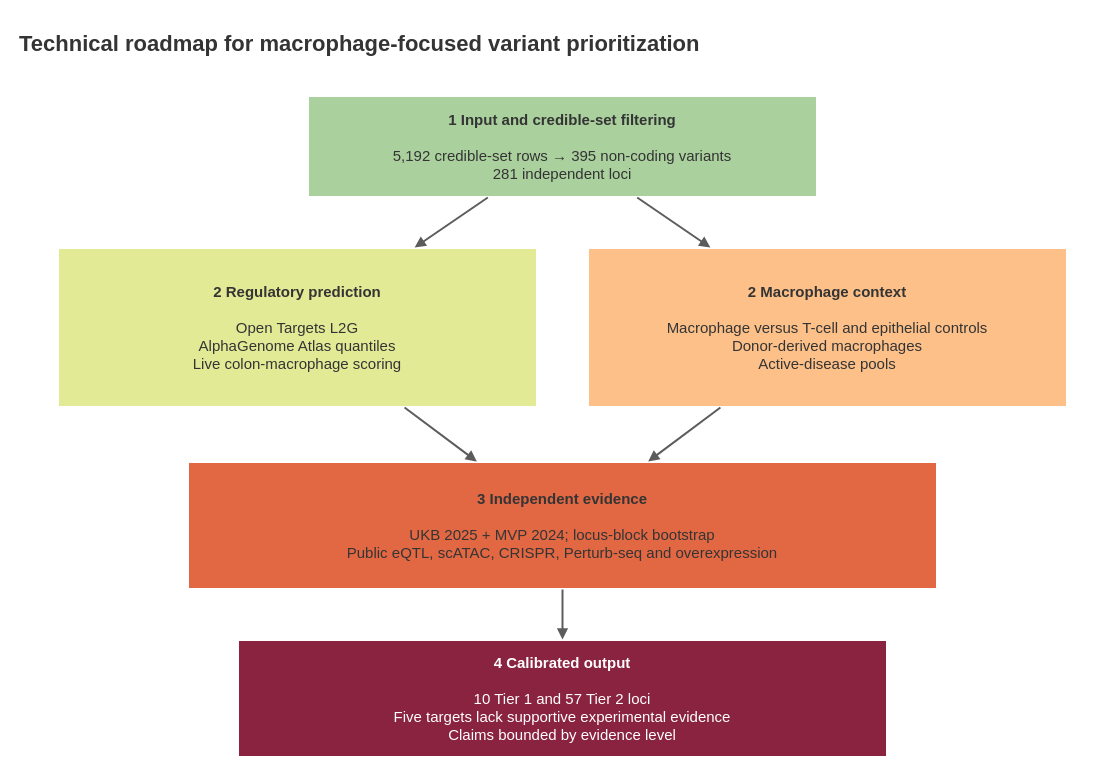
wzp24k/IBD-AlphaGenome2-Macrophage-Prioritization keeps this draw.io diagram as Figure_1.drawio. Above is the earlier version. Source tidied: cells renumbered, new cells numbered last; positions are measured from the earlier drawing's top-left corner, leaving out a move shared by most shapes. Both pictures are drawn from the tidied source at 100%, with x=0, y=0 at pixel (17, 21).
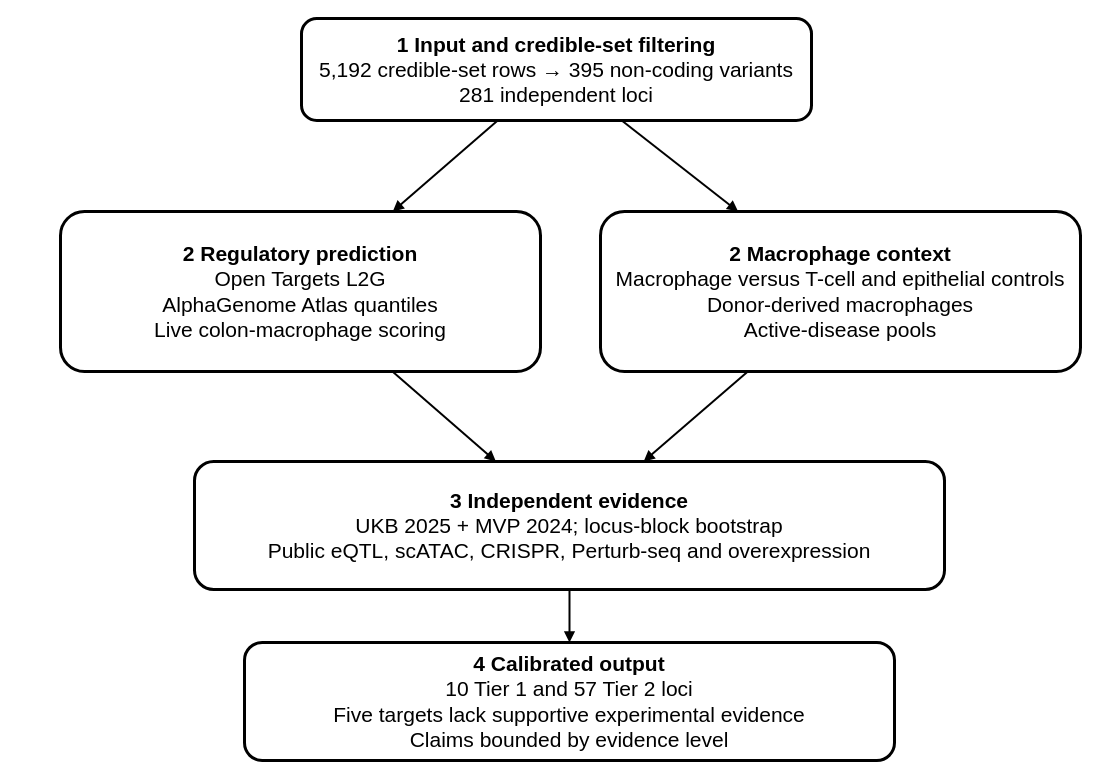
The same diagram, later.

The edit, as a diff of the source:
```diff
@@
 <mxGraphModel>
   <root>
     <mxCell id="0" />
     <mxCell id="1" parent="0" />
-    <mxCell id="2" value="Technical roadmap for macrophage-focused variant prioritization" style="text;html=1;strokeColor=none;fillColor=none;align=left;verticalAlign=middle;whiteSpace=wrap;rounded=0;fontFamily=Arial;fontSize=22;fontStyle=1;fontColor=#343434;" parent="1" vertex="1">
-      <mxGeometry width="1080" height="46" as="geometry" />
-    </mxCell>
-    <mxCell id="3" value="&lt;b&gt;1  Input and credible-set filtering&lt;/b&gt;&lt;br&gt;&lt;br&gt;5,192 credible-set rows → 395 non-coding variants&lt;br&gt;281 independent loci" style="rounded=0;whiteSpace=wrap;html=1;fillColor=#AAD09D;strokeColor=#FFFFFF;strokeWidth=3;fontColor=#343434;fontFamily=Arial;fontSize=15;spacing=10;" parent="1" vertex="1">
-      <mxGeometry x="290" y="74" width="510" height="102" as="geometry" />
+    <mxCell id="3" value="&lt;b&gt;1  Input and credible-set filtering&lt;/b&gt;&lt;br&gt;5,192 credible-set rows → 395 non-coding variants&lt;br&gt;281 independent loci" style="rounded=1;whiteSpace=wrap;html=1;strokeWidth=3;fontFamily=Arial;fontSize=21;spacing=10;roundedPerimeter=1;" parent="1" vertex="1">
+      <mxGeometry x="284" y="-3" width="510" height="102" as="geometry" />
     </mxCell>
-    <mxCell id="4" value="&lt;b&gt;2  Regulatory prediction&lt;/b&gt;&lt;br&gt;&lt;br&gt;Open Targets L2G&lt;br&gt;AlphaGenome Atlas quantiles&lt;br&gt;Live colon-macrophage scoring" style="rounded=0;whiteSpace=wrap;html=1;fillColor=#E3EA96;strokeColor=#FFFFFF;strokeWidth=3;fontColor=#343434;fontFamily=Arial;fontSize=15;spacing=10;" parent="1" vertex="1">
-      <mxGeometry x="40" y="226" width="480" height="160" as="geometry" />
+    <mxCell id="4" value="&lt;b&gt;2  Regulatory prediction&lt;/b&gt;&lt;br&gt;Open Targets L2G&lt;br&gt;AlphaGenome Atlas quantiles&lt;br&gt;Live colon-macrophage scoring" style="rounded=1;whiteSpace=wrap;html=1;strokeWidth=3;fontFamily=Arial;fontSize=21;spacing=10;roundedPerimeter=1;" parent="1" vertex="1">
+      <mxGeometry x="43" y="190" width="480" height="160" as="geometry" />
     </mxCell>
-    <mxCell id="5" value="&lt;b&gt;2  Macrophage context&lt;/b&gt;&lt;br&gt;&lt;br&gt;Macrophage versus T-cell and epithelial controls&lt;br&gt;Donor-derived macrophages&lt;br&gt;Active-disease pools" style="rounded=0;whiteSpace=wrap;html=1;fillColor=#FDC089;strokeColor=#FFFFFF;strokeWidth=3;fontColor=#343434;fontFamily=Arial;fontSize=15;spacing=10;" parent="1" vertex="1">
-      <mxGeometry x="570" y="226" width="480" height="160" as="geometry" />
+    <mxCell id="5" value="&lt;b&gt;2  Macrophage context&lt;/b&gt;&lt;br&gt;Macrophage versus T-cell and epithelial controls&lt;br&gt;Donor-derived macrophages&lt;br&gt;Active-disease pools" style="rounded=1;whiteSpace=wrap;html=1;strokeWidth=3;fontFamily=Arial;fontSize=21;spacing=10;roundedPerimeter=1;" parent="1" vertex="1">
+      <mxGeometry x="583" y="190" width="480" height="160" as="geometry" />
     </mxCell>
-    <mxCell id="6" value="&lt;b&gt;3  Independent evidence&lt;/b&gt;&lt;br&gt;&lt;br&gt;UKB 2025 + MVP 2024; locus-block bootstrap&lt;br&gt;Public eQTL, scATAC, CRISPR, Perturb-seq and overexpression" style="rounded=0;whiteSpace=wrap;html=1;fillColor=#E26844;strokeColor=#FFFFFF;strokeWidth=3;fontColor=#343434;fontFamily=Arial;fontSize=15;spacing=10;" parent="1" vertex="1">
-      <mxGeometry x="170" y="440" width="750" height="128" as="geometry" />
+    <mxCell id="6" value="&lt;b&gt;3  Independent evidence&lt;/b&gt;&lt;br&gt;UKB 2025 + MVP 2024; locus-block bootstrap&lt;br&gt;Public eQTL, scATAC, CRISPR, Perturb-seq and overexpression" style="rounded=1;whiteSpace=wrap;html=1;strokeWidth=3;fontFamily=Arial;fontSize=21;spacing=10;roundedPerimeter=1;" parent="1" vertex="1">
+      <mxGeometry x="177" y="440" width="750" height="128" as="geometry" />
     </mxCell>
-    <mxCell id="7" value="&lt;b&gt;4  Calibrated output&lt;/b&gt;&lt;br&gt;&lt;br&gt;10 Tier 1 and 57 Tier 2 loci&lt;br&gt;Five targets lack supportive experimental evidence&lt;br&gt;Claims bounded by evidence level" style="rounded=0;whiteSpace=wrap;html=1;fillColor=#8A233F;strokeColor=#FFFFFF;strokeWidth=3;fontColor=#FFFFFF;fontFamily=Arial;fontSize=15;spacing=10;" parent="1" vertex="1">
-      <mxGeometry x="220" y="618" width="650" height="118" as="geometry" />
+    <mxCell id="7" value="&lt;b&gt;4  Calibrated output&lt;/b&gt;&lt;br&gt;10 Tier 1 and 57 Tier 2 loci&lt;br&gt;Five targets lack supportive experimental evidence&lt;br&gt;Claims bounded by evidence level" style="rounded=1;whiteSpace=wrap;html=1;strokeWidth=3;fontFamily=Arial;fontSize=21;spacing=10;roundedPerimeter=1;" parent="1" vertex="1">
+      <mxGeometry x="227" y="621" width="650" height="118" as="geometry" />
     </mxCell>
-    <mxCell id="8" style="edgeStyle=none;rounded=0;html=1;endArrow=block;endFill=1;strokeColor=#5C5C5C;strokeWidth=2;" parent="1" edge="1" source="3" target="4">
+    <mxCell id="8" style="edgeStyle=none;rounded=0;html=1;endArrow=block;endFill=1;strokeWidth=2;fontSize=21;" parent="1" edge="1" source="3" target="4">
       <mxGeometry relative="1" as="geometry" />
     </mxCell>
-    <mxCell id="9" style="edgeStyle=none;rounded=0;html=1;endArrow=block;endFill=1;strokeColor=#5C5C5C;strokeWidth=2;" parent="1" edge="1" source="3" target="5">
+    <mxCell id="9" style="edgeStyle=none;rounded=0;html=1;endArrow=block;endFill=1;strokeWidth=2;fontSize=21;" parent="1" edge="1" source="3" target="5">
       <mxGeometry relative="1" as="geometry" />
     </mxCell>
-    <mxCell id="10" style="edgeStyle=none;rounded=0;html=1;endArrow=block;endFill=1;strokeColor=#5C5C5C;strokeWidth=2;" parent="1" edge="1" source="4" target="6">
+    <mxCell id="10" style="edgeStyle=none;rounded=0;html=1;endArrow=block;endFill=1;strokeWidth=2;fontSize=21;" parent="1" edge="1" source="4" target="6">
       <mxGeometry relative="1" as="geometry" />
     </mxCell>
-    <mxCell id="11" style="edgeStyle=none;rounded=0;html=1;endArrow=block;endFill=1;strokeColor=#5C5C5C;strokeWidth=2;" parent="1" edge="1" source="5" target="6">
+    <mxCell id="11" style="edgeStyle=none;rounded=0;html=1;endArrow=block;endFill=1;strokeWidth=2;fontSize=21;" parent="1" edge="1" source="5" target="6">
       <mxGeometry relative="1" as="geometry" />
     </mxCell>
-    <mxCell id="12" style="edgeStyle=none;rounded=0;html=1;endArrow=block;endFill=1;strokeColor=#5C5C5C;strokeWidth=2;" parent="1" edge="1" source="6" target="7">
+    <mxCell id="12" style="edgeStyle=none;rounded=0;html=1;endArrow=block;endFill=1;strokeWidth=2;fontSize=21;" parent="1" edge="1" source="6" target="7">
       <mxGeometry relative="1" as="geometry" />
     </mxCell>
   </root>
 </mxGraphModel>
```
